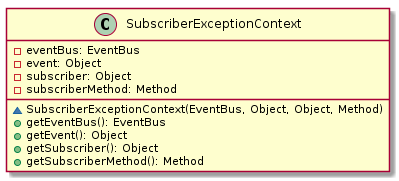
The PlantUML diagram malokhvii-eduard/malokhvii05/doc/plantuml/png/ua.khpi.oop.malokhvii05.common.eventbus.subscribe.SubscriberExceptionContext.png in P-Kalin/kit26a, before a commit.
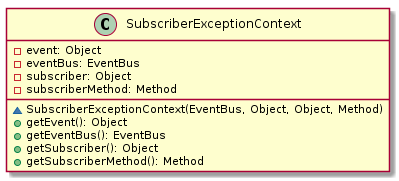
After the change.

Diff of the diagram source:
```diff
@@ -1,13 +1,13 @@
 @startuml
 
     class SubscriberExceptionContext {
+        -event: Object
         -eventBus: EventBus
-        -event: Object
         -subscriber: Object
         -subscriberMethod: Method
         ~SubscriberExceptionContext(EventBus, Object, Object, Method)
+        +getEvent(): Object
         +getEventBus(): EventBus
-        +getEvent(): Object
         +getSubscriber(): Object
         +getSubscriberMethod(): Method
     }
```
